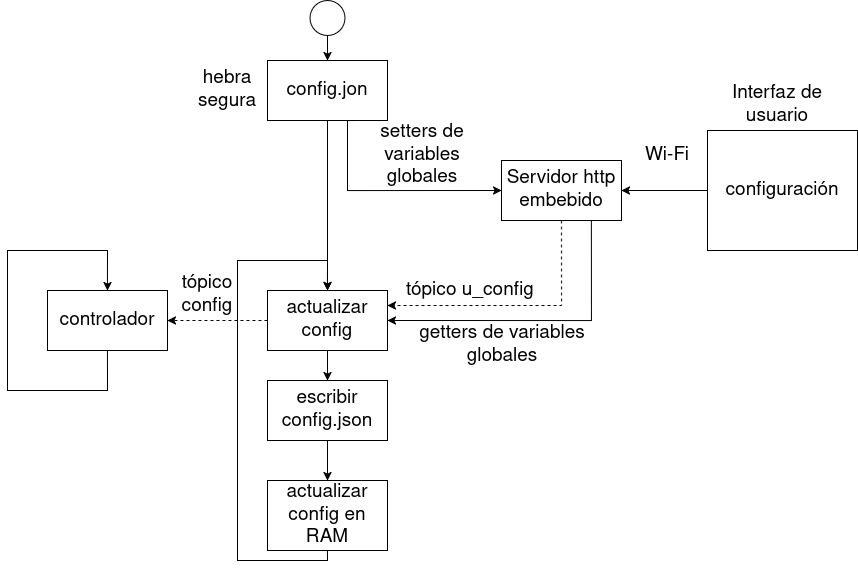
Above: Figures/config.png in jlkruger94/Plantilla-para-memoria (draw.io), before the change. Source tidied: cells renumbered, new cells last; positions are measured from the earlier drawing's top-left corner, leaving out a move shared by most shapes.
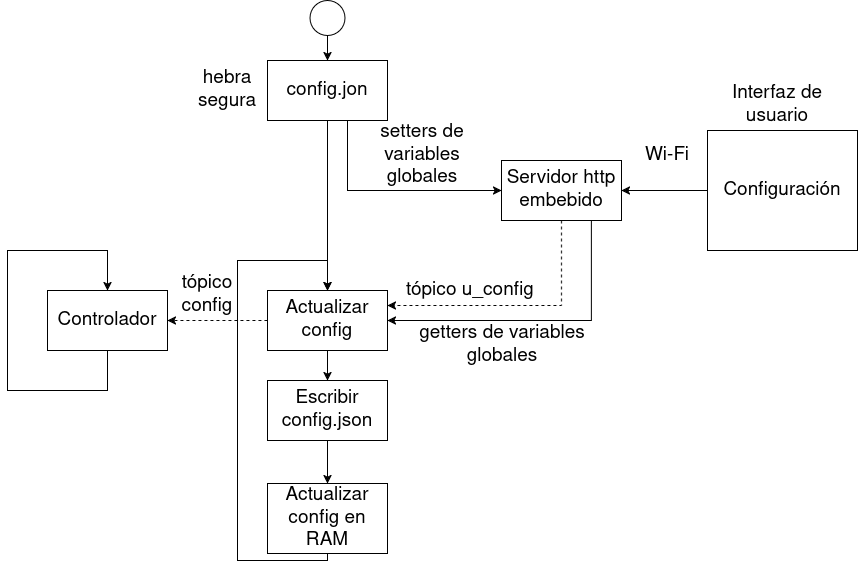
Above is the later version.

The edit, as a diff of the source:
```diff
@@ -5,7 +5,7 @@
     <mxCell id="2" style="edgeStyle=orthogonalEdgeStyle;rounded=0;jettySize=auto;html=1;exitX=0;exitY=0.5;exitDx=0;exitDy=0;entryX=1;entryY=0.5;entryDx=0;entryDy=0;fontSize=19;" parent="1" edge="1" source="3" target="6">
       <mxGeometry relative="1" as="geometry" />
     </mxCell>
-    <mxCell id="3" value="configuración" style="rounded=0;whiteSpace=wrap;html=1;fontSize=19;" parent="1" vertex="1">
+    <mxCell id="3" value="Configuración" style="rounded=0;whiteSpace=wrap;html=1;fontSize=19;" parent="1" vertex="1">
       <mxGeometry x="700" y="130" width="150" height="120" as="geometry" />
     </mxCell>
     <mxCell id="4" style="edgeStyle=orthogonalEdgeStyle;rounded=0;jettySize=auto;html=1;exitX=0.5;exitY=1;exitDx=0;exitDy=0;entryX=1;entryY=0.25;entryDx=0;entryDy=0;dashed=1;fontSize=19;" parent="1" edge="1" source="6" target="27">
@@ -21,7 +21,7 @@
     <mxCell id="6" value="Servidor http embebido" style="rounded=0;whiteSpace=wrap;html=1;fontSize=19;" parent="1" vertex="1">
       <mxGeometry x="494" y="160" width="120" height="60" as="geometry" />
     </mxCell>
-    <mxCell id="7" value="controlador" style="rounded=0;whiteSpace=wrap;html=1;fontSize=19;" parent="1" vertex="1">
+    <mxCell id="7" value="Controlador" style="rounded=0;whiteSpace=wrap;html=1;fontSize=19;" parent="1" vertex="1">
       <mxGeometry x="40" y="290" width="120" height="60" as="geometry" />
     </mxCell>
     <mxCell id="8" style="edgeStyle=orthogonalEdgeStyle;rounded=0;jettySize=auto;html=1;exitX=0;exitY=0.5;exitDx=0;exitDy=0;entryX=1;entryY=0.5;entryDx=0;entryDy=0;dashed=1;fontSize=19;" parent="1" edge="1" source="27" target="7">
@@ -81,7 +81,7 @@
     <mxCell id="22" style="edgeStyle=orthogonalEdgeStyle;rounded=0;jettySize=auto;html=1;exitX=0.5;exitY=1;exitDx=0;exitDy=0;entryX=0.5;entryY=0;entryDx=0;entryDy=0;fontSize=19;" parent="1" edge="1" source="23" target="25">
       <mxGeometry relative="1" as="geometry" />
     </mxCell>
-    <mxCell id="23" value="escribir config.json" style="rounded=0;whiteSpace=wrap;html=1;fontSize=19;" parent="1" vertex="1">
+    <mxCell id="23" value="Escribir config.json" style="rounded=0;whiteSpace=wrap;html=1;fontSize=19;" parent="1" vertex="1">
       <mxGeometry x="260" y="380" width="120" height="60" as="geometry" />
     </mxCell>
     <mxCell id="24" style="edgeStyle=orthogonalEdgeStyle;rounded=0;jettySize=auto;html=1;exitX=0.5;exitY=1;exitDx=0;exitDy=0;entryX=0.5;entryY=0;entryDx=0;entryDy=0;fontSize=19;" parent="1" edge="1" source="25" target="27">
@@ -94,13 +94,13 @@
         </Array>
       </mxGeometry>
     </mxCell>
-    <mxCell id="25" value="actualizar config en RAM" style="rounded=0;whiteSpace=wrap;html=1;fontSize=19;" parent="1" vertex="1">
-      <mxGeometry x="260" y="480" width="120" height="70" as="geometry" />
+    <mxCell id="25" value="Actualizar config en RAM" style="rounded=0;whiteSpace=wrap;html=1;fontSize=19;" parent="1" vertex="1">
+      <mxGeometry x="260" y="483" width="120" height="70" as="geometry" />
     </mxCell>
     <mxCell id="26" value="getters de variables globales" style="text;html=1;align=center;verticalAlign=middle;whiteSpace=wrap;rounded=0;fontSize=19;" parent="1" vertex="1">
       <mxGeometry x="390" y="340" width="210" height="10" as="geometry" />
     </mxCell>
-    <mxCell id="27" value="actualizar config" style="whiteSpace=wrap;html=1;fontSize=19;" parent="1" vertex="1">
+    <mxCell id="27" value="Actualizar config" style="whiteSpace=wrap;html=1;fontSize=19;" parent="1" vertex="1">
       <mxGeometry x="260" y="290" width="120" height="60" as="geometry" />
     </mxCell>
   </root>
```
